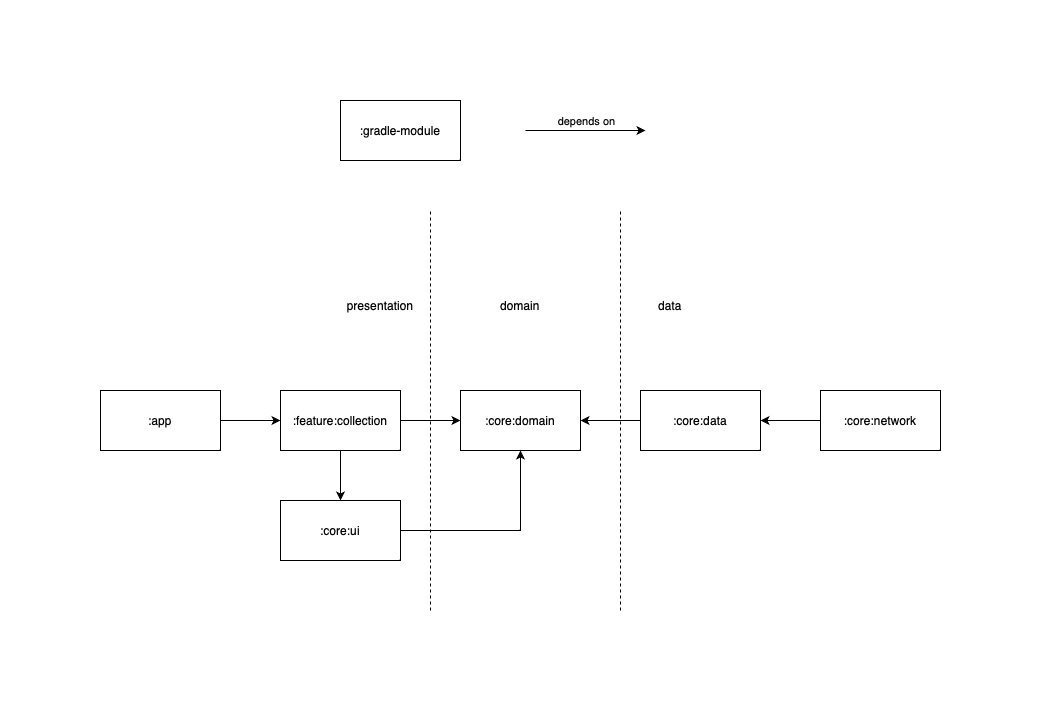
Earlier version of the draw.io export images/modules.png (kyrillosgait/rijks-studio). Source tidied: cells renumbered, new cells last; positions are measured from the earlier drawing's top-left corner, leaving out a move shared by most shapes.
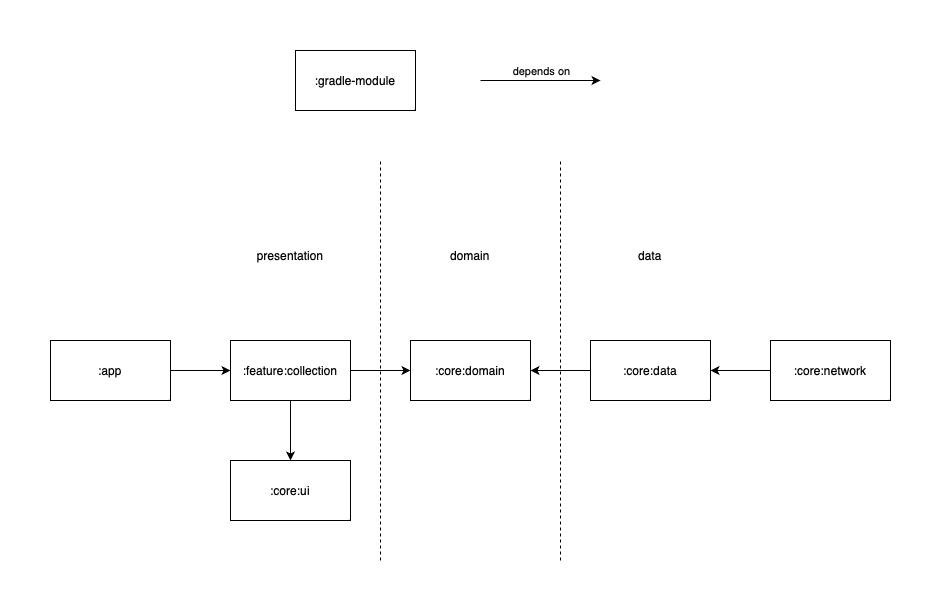
The same diagram one commit later.

Change to the diagram source:
```diff
@@ -34,8 +34,8 @@
     </mxCell>
     <mxCell id="12" style="endArrow=classic;html=1;rounded=0;" parent="1" edge="1">
       <mxGeometry relative="1" as="geometry">
-        <mxPoint x="425" y="30" as="sourcePoint" />
-        <mxPoint x="545" y="30" as="targetPoint" />
+        <mxPoint x="430" y="30" as="sourcePoint" />
+        <mxPoint x="550" y="30" as="targetPoint" />
       </mxGeometry>
     </mxCell>
     <mxCell id="13" value="depends on" style="edgeLabel;html=1;align=center;verticalAlign=middle;" parent="12" vertex="1">
@@ -44,13 +44,10 @@
       </mxGeometry>
     </mxCell>
     <mxCell id="14" value=":gradle-module" style="rounded=0;whiteSpace=wrap;html=1;" parent="1" vertex="1">
-      <mxGeometry x="240" width="120" height="60" as="geometry" />
+      <mxGeometry x="245" width="120" height="60" as="geometry" />
     </mxCell>
-    <mxCell id="15" style="edgeStyle=orthogonalEdgeStyle;rounded=0;jettySize=auto;html=1;exitX=1;exitY=0.5;exitDx=0;exitDy=0;entryX=0.5;entryY=1;entryDx=0;entryDy=0;" parent="1" edge="1" source="16" target="8">
-      <mxGeometry relative="1" as="geometry" />
-    </mxCell>
     <mxCell id="16" value=":core:ui" style="rounded=0;whiteSpace=wrap;html=1;" parent="1" vertex="1">
-      <mxGeometry x="180" y="400" width="120" height="60" as="geometry" />
+      <mxGeometry x="180" y="410" width="120" height="60" as="geometry" />
     </mxCell>
     <mxCell id="17" style="endArrow=none;dashed=1;html=1;rounded=0;" parent="1" edge="1">
       <mxGeometry relative="1" as="geometry">
@@ -60,18 +57,18 @@
     </mxCell>
     <mxCell id="18" style="endArrow=none;dashed=1;html=1;rounded=0;" parent="1" edge="1">
       <mxGeometry relative="1" as="geometry">
-        <mxPoint x="520" y="510" as="sourcePoint" />
-        <mxPoint x="520" y="110" as="targetPoint" />
+        <mxPoint x="510" y="510" as="sourcePoint" />
+        <mxPoint x="510" y="110" as="targetPoint" />
       </mxGeometry>
     </mxCell>
     <mxCell id="19" value="presentation" style="text;html=1;strokeColor=none;fillColor=none;align=center;verticalAlign=middle;whiteSpace=wrap;rounded=0;" parent="1" vertex="1">
-      <mxGeometry x="250" y="190" width="60" height="30" as="geometry" />
+      <mxGeometry x="210" y="190" width="60" height="30" as="geometry" />
     </mxCell>
     <mxCell id="20" value="domain" style="text;html=1;strokeColor=none;fillColor=none;align=center;verticalAlign=middle;whiteSpace=wrap;rounded=0;" parent="1" vertex="1">
       <mxGeometry x="390" y="190" width="60" height="30" as="geometry" />
     </mxCell>
     <mxCell id="21" value="data" style="text;html=1;strokeColor=none;fillColor=none;align=center;verticalAlign=middle;whiteSpace=wrap;rounded=0;" parent="1" vertex="1">
-      <mxGeometry x="540" y="190" width="60" height="30" as="geometry" />
+      <mxGeometry x="570" y="190" width="60" height="30" as="geometry" />
     </mxCell>
   </root>
 </mxGraphModel>
```
